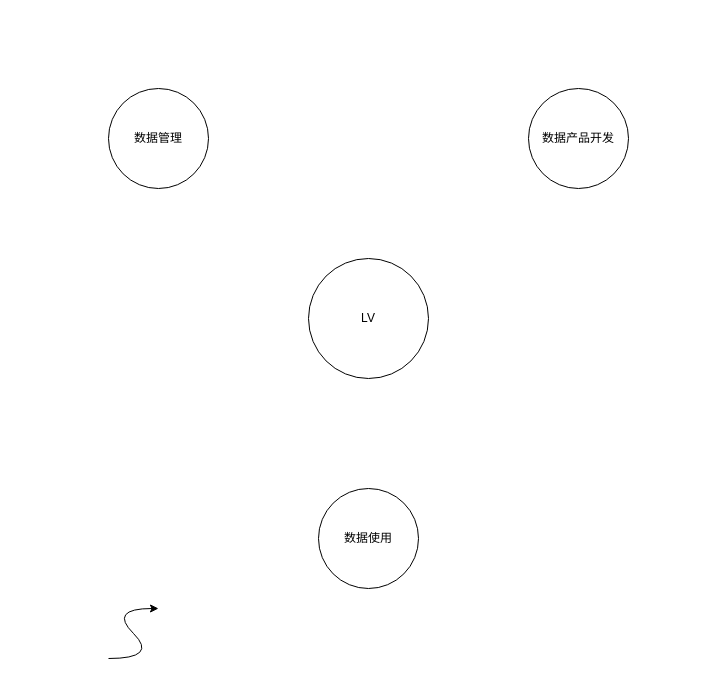
Above: LV产品规划.drawio in zzuwzj/draw (draw.io), before the change. Source tidied: cells renumbered, new cells numbered last; positions are measured from the earlier drawing's top-left corner, leaving out a move shared by most shapes. Both pictures are drawn from the tidied source at 100%, with x=0, y=0 at pixel (108, 88).
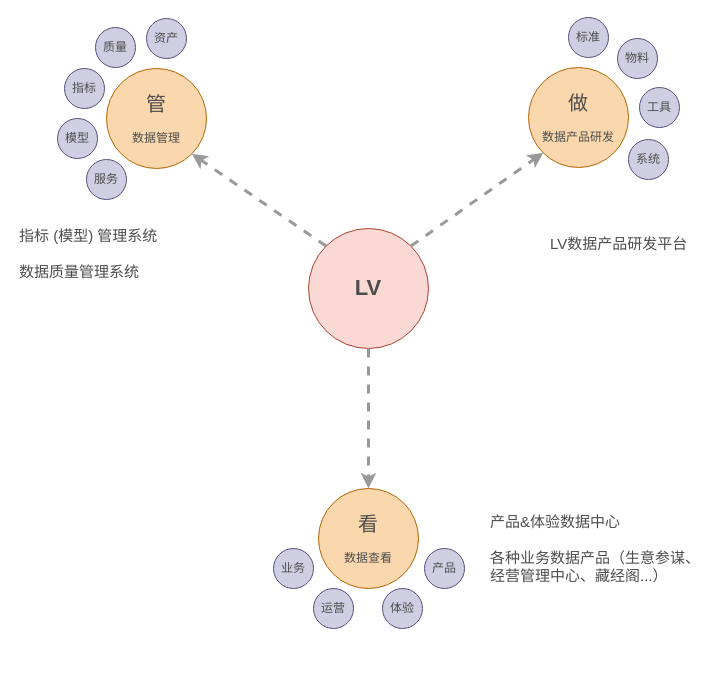
After the change.

The edit, as a diff of the source:
```diff
@@
-    <mxCell id="2" value="LV" style="ellipse;whiteSpace=wrap;html=1;" parent="1" vertex="1">
-      <mxGeometry x="200" y="170" width="120" height="120" as="geometry" />
+    <mxCell id="2" value="LV" style="ellipse;whiteSpace=wrap;html=1;fontSize=22;fontStyle=1;fillColor=#fad9d5;strokeColor=#ae4132;fontColor=#4D4D4D;" parent="1" vertex="1">
+      <mxGeometry x="200" y="140" width="120" height="120" as="geometry" />
     </mxCell>
-    <mxCell id="3" value="数据管理" style="ellipse;whiteSpace=wrap;html=1;" parent="1" vertex="1">
-      <mxGeometry width="100" height="100" as="geometry" />
+    <mxCell id="3" value="&lt;font style=&quot;font-size: 20px&quot;&gt;管&lt;/font&gt;&lt;br&gt;&lt;br&gt;数据管理" style="ellipse;whiteSpace=wrap;html=1;fillColor=#fad7ac;strokeColor=#b46504;fontColor=#4D4D4D;" parent="1" vertex="1">
+      <mxGeometry x="-2" y="-20" width="100" height="100" as="geometry" />
     </mxCell>
-    <mxCell id="4" value="数据产品开发" style="ellipse;whiteSpace=wrap;html=1;" parent="1" vertex="1">
-      <mxGeometry x="420" width="100" height="100" as="geometry" />
+    <mxCell id="4" value="&lt;font style=&quot;font-size: 20px&quot;&gt;做&lt;/font&gt;&lt;br&gt;&lt;br&gt;数据产品研发" style="ellipse;whiteSpace=wrap;html=1;fillColor=#fad7ac;strokeColor=#b46504;fontColor=#4D4D4D;" parent="1" vertex="1">
+      <mxGeometry x="420" y="-21" width="100" height="100" as="geometry" />
     </mxCell>
-    <mxCell id="5" value="数据使用" style="ellipse;whiteSpace=wrap;html=1;" parent="1" vertex="1">
+    <mxCell id="5" value="&lt;span style=&quot;font-size: 20px&quot;&gt;看&lt;/span&gt;&lt;br&gt;&lt;br&gt;数据查看" style="ellipse;whiteSpace=wrap;html=1;fillColor=#fad7ac;strokeColor=#b46504;fontColor=#4D4D4D;" parent="1" vertex="1">
       <mxGeometry x="210" y="400" width="100" height="100" as="geometry" />
     </mxCell>
-    <mxCell id="6" style="curved=1;endArrow=classic;html=1;" parent="1" edge="1">
-      <mxGeometry relative="1" as="geometry">
-        <mxPoint y="570" as="sourcePoint" />
-        <mxPoint x="50" y="520" as="targetPoint" />
-        <Array as="points">
-          <mxPoint x="50" y="570" />
-          <mxPoint y="520" />
-        </Array>
-      </mxGeometry>
-    </mxCell>
+    <mxCell id="7" style="endArrow=classic;html=1;fontSize=22;fontColor=#4D4D4D;entryX=1;entryY=1;entryDx=0;entryDy=0;strokeWidth=3;strokeColor=#999999;dashed=1;exitX=0;exitY=0;exitDx=0;exitDy=0;" parent="1" edge="1" source="2" target="3">
+      <mxGeometry relative="1" as="geometry" />
+    </mxCell>
+    <mxCell id="8" style="endArrow=classic;html=1;fontSize=22;fontColor=#4D4D4D;entryX=0;entryY=1;entryDx=0;entryDy=0;exitX=1;exitY=0;exitDx=0;exitDy=0;strokeWidth=3;strokeColor=#999999;dashed=1;" parent="1" edge="1" source="2" target="4">
+      <mxGeometry relative="1" as="geometry" />
+    </mxCell>
+    <mxCell id="9" style="endArrow=classic;html=1;fontSize=22;fontColor=#4D4D4D;entryX=0.5;entryY=0;entryDx=0;entryDy=0;exitX=0.5;exitY=1;exitDx=0;exitDy=0;strokeWidth=3;strokeColor=#999999;dashed=1;" parent="1" edge="1" source="2" target="5">
+      <mxGeometry relative="1" as="geometry" />
+    </mxCell>
+    <mxCell id="10" value="资产" style="ellipse;whiteSpace=wrap;html=1;fontSize=12;align=center;fillColor=#d0cee2;strokeColor=#56517e;fontColor=#4D4D4D;" parent="1" vertex="1">
+      <mxGeometry x="38" y="-70" width="40" height="40" as="geometry" />
+    </mxCell>
+    <mxCell id="11" value="质量" style="ellipse;whiteSpace=wrap;html=1;fontSize=12;align=center;fillColor=#d0cee2;strokeColor=#56517e;fontColor=#4D4D4D;" parent="1" vertex="1">
+      <mxGeometry x="-13" y="-61" width="40" height="40" as="geometry" />
+    </mxCell>
+    <mxCell id="12" value="指标" style="ellipse;whiteSpace=wrap;html=1;fontSize=12;align=center;fillColor=#d0cee2;strokeColor=#56517e;fontColor=#4D4D4D;" parent="1" vertex="1">
+      <mxGeometry x="-44" y="-20" width="40" height="40" as="geometry" />
+    </mxCell>
+    <mxCell id="13" value="模型" style="ellipse;whiteSpace=wrap;html=1;fontSize=12;align=center;fillColor=#d0cee2;strokeColor=#56517e;fontColor=#4D4D4D;" parent="1" vertex="1">
+      <mxGeometry x="-51" y="30" width="40" height="40" as="geometry" />
+    </mxCell>
+    <mxCell id="14" value="服务" style="ellipse;whiteSpace=wrap;html=1;fontSize=12;align=center;fillColor=#d0cee2;strokeColor=#56517e;fontColor=#4D4D4D;" parent="1" vertex="1">
+      <mxGeometry x="-22" y="71" width="40" height="40" as="geometry" />
+    </mxCell>
+    <mxCell id="15" value="标准" style="ellipse;whiteSpace=wrap;html=1;fontSize=12;align=center;fillColor=#d0cee2;strokeColor=#56517e;fontColor=#4D4D4D;" parent="1" vertex="1">
+      <mxGeometry x="460" y="-71" width="40" height="40" as="geometry" />
+    </mxCell>
+    <mxCell id="16" value="物料" style="ellipse;whiteSpace=wrap;html=1;fontSize=12;align=center;fillColor=#d0cee2;strokeColor=#56517e;fontColor=#4D4D4D;" parent="1" vertex="1">
+      <mxGeometry x="509" y="-50" width="40" height="40" as="geometry" />
+    </mxCell>
+    <mxCell id="17" value="工具" style="ellipse;whiteSpace=wrap;html=1;fontSize=12;align=center;fillColor=#d0cee2;strokeColor=#56517e;fontColor=#4D4D4D;" parent="1" vertex="1">
+      <mxGeometry x="531" y="-1" width="40" height="40" as="geometry" />
+    </mxCell>
+    <mxCell id="18" value="系统" style="ellipse;whiteSpace=wrap;html=1;fontSize=12;align=center;fillColor=#d0cee2;strokeColor=#56517e;fontColor=#4D4D4D;" parent="1" vertex="1">
+      <mxGeometry x="520" y="51" width="40" height="40" as="geometry" />
+    </mxCell>
+    <mxCell id="19" value="业务" style="ellipse;whiteSpace=wrap;html=1;fontSize=12;align=center;fillColor=#d0cee2;strokeColor=#56517e;fontColor=#4D4D4D;" parent="1" vertex="1">
+      <mxGeometry x="165" y="460" width="40" height="40" as="geometry" />
+    </mxCell>
+    <mxCell id="20" value="体验" style="ellipse;whiteSpace=wrap;html=1;fontSize=12;align=center;fillColor=#d0cee2;strokeColor=#56517e;fontColor=#4D4D4D;" parent="1" vertex="1">
+      <mxGeometry x="274" y="500" width="40" height="40" as="geometry" />
+    </mxCell>
+    <mxCell id="21" value="产品" style="ellipse;whiteSpace=wrap;html=1;fontSize=12;align=center;fillColor=#d0cee2;strokeColor=#56517e;fontColor=#4D4D4D;" parent="1" vertex="1">
+      <mxGeometry x="316" y="460" width="40" height="40" as="geometry" />
+    </mxCell>
+    <mxCell id="22" value="运营" style="ellipse;whiteSpace=wrap;html=1;fontSize=12;align=center;fillColor=#d0cee2;strokeColor=#56517e;fontColor=#4D4D4D;" parent="1" vertex="1">
+      <mxGeometry x="205" y="500" width="40" height="40" as="geometry" />
+    </mxCell>
+    <mxCell id="23" value="指标 (模型) 管理系统&lt;br style=&quot;font-size: 15px;&quot;&gt;&lt;br style=&quot;font-size: 15px;&quot;&gt;数据质量管理系统" style="text;html=1;strokeColor=none;fillColor=none;align=left;verticalAlign=middle;whiteSpace=wrap;rounded=0;fontSize=15;fontColor=#4D4D4D;" parent="1" vertex="1">
+      <mxGeometry x="-91" y="130" width="160" height="70" as="geometry" />
+    </mxCell>
+    <mxCell id="24" value="LV数据产品研发平台" style="text;html=1;strokeColor=none;fillColor=none;align=left;verticalAlign=middle;whiteSpace=wrap;rounded=0;fontSize=15;fontColor=#4D4D4D;" parent="1" vertex="1">
+      <mxGeometry x="440" y="120" width="160" height="70" as="geometry" />
+    </mxCell>
+    <mxCell id="25" value="产品&amp;amp;体验数据中心&lt;br&gt;&lt;br&gt;各种业务数据产品（生意参谋、经营管理中心、藏经阁...）" style="text;html=1;strokeColor=none;fillColor=none;align=left;verticalAlign=middle;whiteSpace=wrap;rounded=0;fontSize=15;fontColor=#4D4D4D;" parent="1" vertex="1">
+      <mxGeometry x="380" y="425" width="220" height="70" as="geometry" />
+    </mxCell>
```
